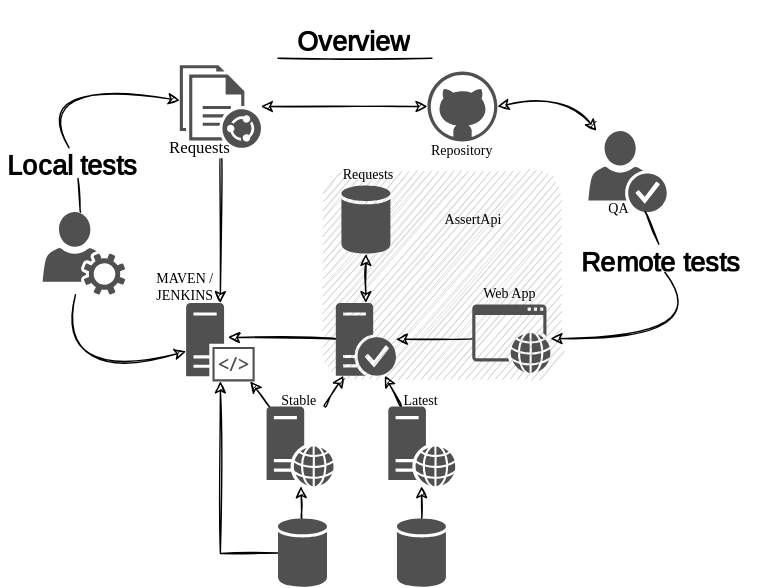
Above: doc/diagram/overview.diagram.svg in oneteme/assertapi-core (draw.io), before the change. Source tidied: cells renumbered, new cells last; positions are measured from the earlier drawing's top-left corner, leaving out a move shared by most shapes.
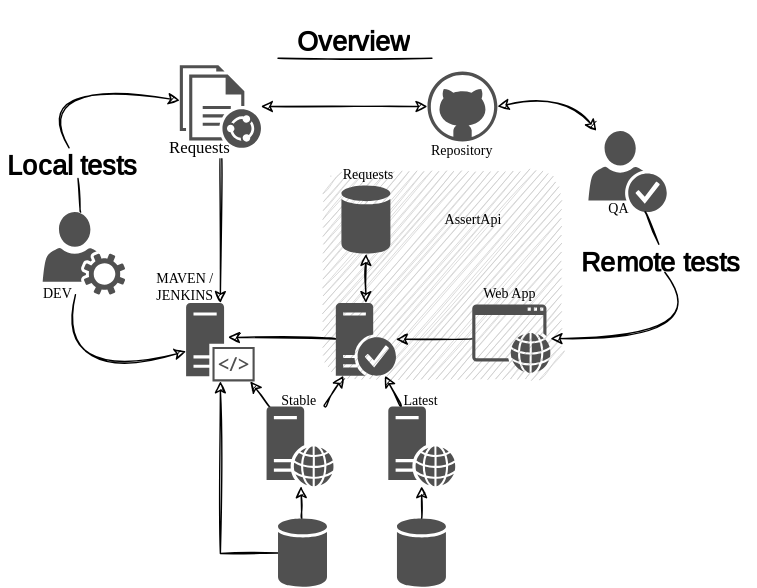
The same file after the commit.

What changed in the source:
```diff
@@ -153,5 +153,8 @@
     <mxCell id="44" style="verticalLabelPosition=bottom;html=1;verticalAlign=top;align=center;strokeColor=none;fillColor=#505050;shape=mxgraph.azure.github_code;sketch=0;strokeWidth=1;fontFamily=Helvetica;fontSize=14;" parent="1" vertex="1">
       <mxGeometry x="305" y="40.5" width="50" height="50" as="geometry" />
     </mxCell>
+    <mxCell id="45" value="DEV" style="text;html=1;strokeColor=none;fillColor=none;align=center;verticalAlign=middle;whiteSpace=wrap;rounded=0;fontSize=10;fontFamily=Times New Roman;" parent="1" vertex="1">
+      <mxGeometry x="26" y="193.9" width="30" height="11" as="geometry" />
+    </mxCell>
   </root>
 </mxGraphModel>
```
